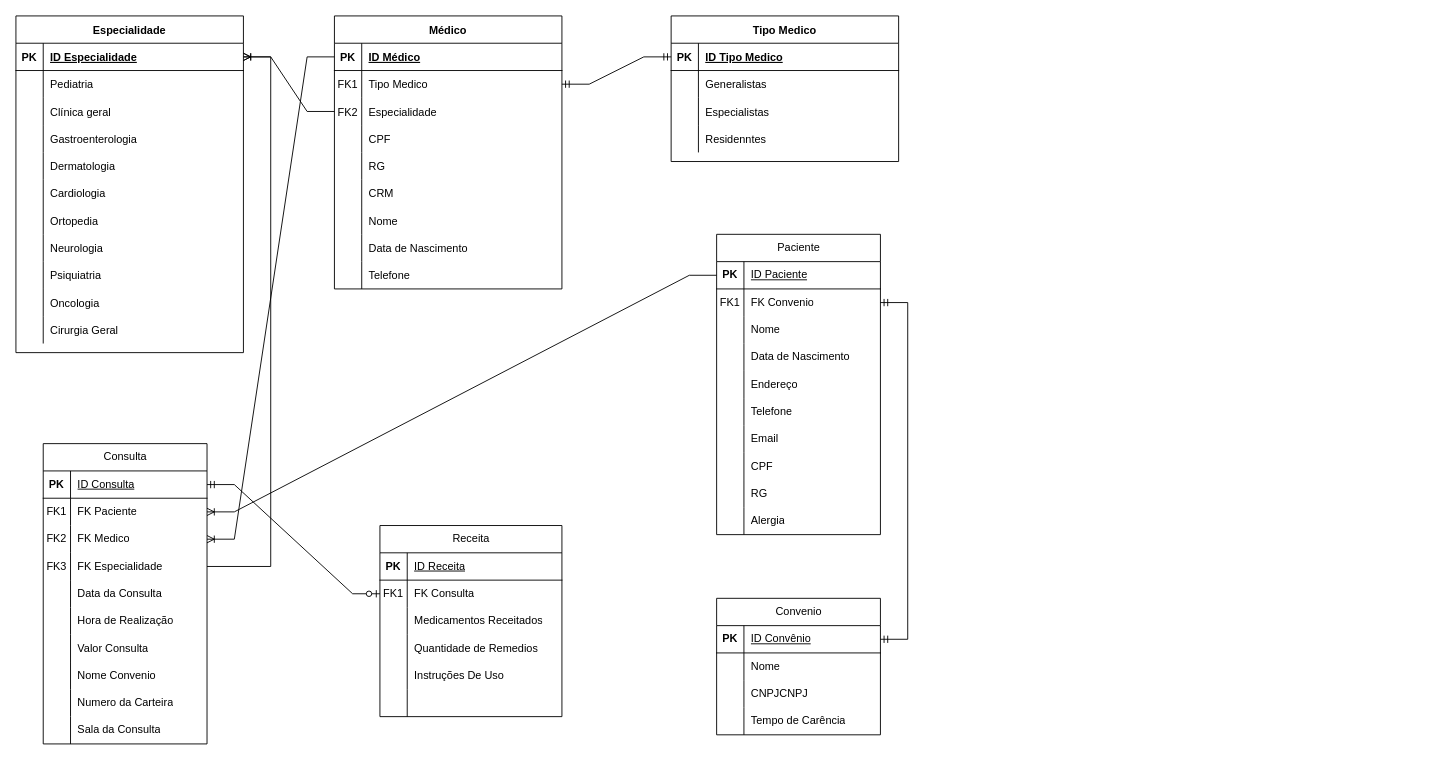
Before: DiagramaER-Os-Segredos-do-Hospital.drawio in vctramon/Banco-de-dados_Hospital, a draw.io diagram. Source tidied: cells renumbered, new cells numbered last; positions are measured from the earlier drawing's top-left corner, leaving out a move shared by most shapes. Both pictures are drawn from the tidied source at 91%, with x=0, y=0 at pixel (15, 15).
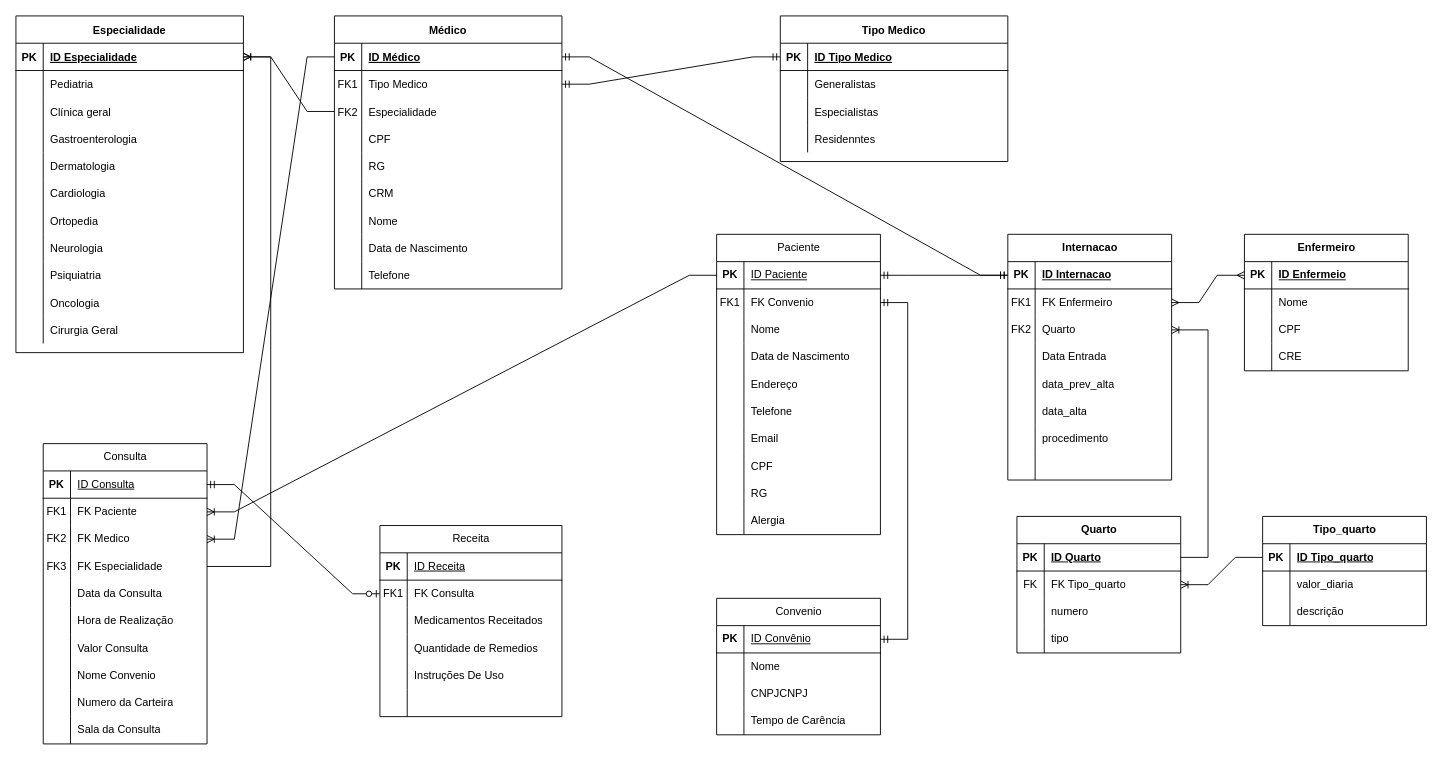
The same diagram, later.

Unchanged cells that the change refers to:
```xml
<mxCell id="3" style="shape=partialRectangle;fillColor=none;points=[[0,0.5],[1,0.5]];portConstraint=eastwest;top=0;left=0;right=0;bottom=1;" parent="2" vertex="1">
  <mxGeometry y="30" width="250" height="30" as="geometry" />
</mxCell>
<mxCell id="78" style="shape=tableRow;horizontal=0;startSize=0;swimlaneHead=0;swimlaneBody=0;fillColor=none;points=[[0,0.5],[1,0.5]];portConstraint=eastwest;top=0;left=0;right=0;bottom=1;" parent="77" vertex="1">
  <mxGeometry y="30" width="180" height="30" as="geometry" />
</mxCell>
```

The edit, as a diff of the source:
```diff
@@
     <mxCell id="30" value="Tipo Medico" style="shape=table;startSize=30;childLayout=tableLayout;rowLines=0;fontStyle=1;align=center;" parent="1" vertex="1">
-      <mxGeometry x="720" width="250" height="160" as="geometry" />
+      <mxGeometry x="840" width="250" height="160" as="geometry" />
     </mxCell>
@@
+    <mxCell id="178" value="Internacao" style="shape=table;startSize=30;childLayout=tableLayout;rowLines=0;fontStyle=1;align=center;html=1;" parent="1" vertex="1">
+      <mxGeometry x="1090" y="240" width="180" height="270" as="geometry" />
+    </mxCell>
+    <mxCell id="179" style="shape=tableRow;horizontal=0;startSize=0;swimlaneHead=0;swimlaneBody=0;fillColor=none;points=[[0,0.5],[1,0.5]];portConstraint=eastwest;top=0;left=0;right=0;bottom=1;" parent="178" vertex="1">
+      <mxGeometry y="30" width="180" height="30" as="geometry" />
+    </mxCell>
+    <mxCell id="180" value="PK" style="shape=partialRectangle;fillColor=none;top=0;left=0;bottom=0;right=0;fontStyle=1;overflow=hidden;whiteSpace=wrap;html=1;" parent="179" vertex="1">
+      <mxGeometry width="30" height="30" as="geometry" />
+    </mxCell>
+    <mxCell id="181" value="ID Internacao" style="shape=partialRectangle;fillColor=none;top=0;left=0;bottom=0;right=0;align=left;spacingLeft=6;fontStyle=5;overflow=hidden;whiteSpace=wrap;html=1;" parent="179" vertex="1">
+      <mxGeometry x="30" width="150" height="30" as="geometry" />
+    </mxCell>
+    <mxCell id="182" style="shape=tableRow;horizontal=0;startSize=0;swimlaneHead=0;swimlaneBody=0;fillColor=none;points=[[0,0.5],[1,0.5]];portConstraint=eastwest;top=0;left=0;right=0;bottom=0;" parent="178" vertex="1">
+      <mxGeometry y="60" width="180" height="30" as="geometry" />
+    </mxCell>
+    <mxCell id="183" value="FK1" style="shape=partialRectangle;fillColor=none;top=0;left=0;bottom=0;right=0;overflow=hidden;whiteSpace=wrap;html=1;" parent="182" vertex="1">
+      <mxGeometry width="30" height="30" as="geometry" />
+    </mxCell>
+    <mxCell id="184" value="FK Enfermeiro" style="shape=partialRectangle;fillColor=none;top=0;left=0;bottom=0;right=0;align=left;spacingLeft=6;overflow=hidden;whiteSpace=wrap;html=1;" parent="182" vertex="1">
+      <mxGeometry x="30" width="150" height="30" as="geometry" />
+    </mxCell>
+    <mxCell id="185" style="shape=tableRow;horizontal=0;startSize=0;swimlaneHead=0;swimlaneBody=0;fillColor=none;points=[[0,0.5],[1,0.5]];portConstraint=eastwest;top=0;left=0;right=0;bottom=0;" parent="178" vertex="1">
+      <mxGeometry y="90" width="180" height="30" as="geometry" />
+    </mxCell>
+    <mxCell id="186" value="FK2" style="shape=partialRectangle;fillColor=none;top=0;left=0;bottom=0;right=0;overflow=hidden;whiteSpace=wrap;html=1;" parent="185" vertex="1">
+      <mxGeometry width="30" height="30" as="geometry" />
+    </mxCell>
+    <mxCell id="187" value="Quarto" style="shape=partialRectangle;fillColor=none;top=0;left=0;bottom=0;right=0;align=left;spacingLeft=6;overflow=hidden;whiteSpace=wrap;html=1;" parent="185" vertex="1">
+      <mxGeometry x="30" width="150" height="30" as="geometry" />
+    </mxCell>
+    <mxCell id="188" style="shape=tableRow;horizontal=0;startSize=0;swimlaneHead=0;swimlaneBody=0;fillColor=none;top=0;left=0;right=0;bottom=0;" parent="178" vertex="1">
+      <mxGeometry y="120" width="180" height="30" as="geometry" />
+    </mxCell>
+    <mxCell id="189" style="shape=partialRectangle;fillColor=none;top=0;left=0;bottom=0;right=0;overflow=hidden;whiteSpace=wrap;html=1;" parent="188" vertex="1">
+      <mxGeometry width="30" height="30" as="geometry" />
+    </mxCell>
+    <mxCell id="190" value="Data Entrada" style="shape=partialRectangle;fillColor=none;top=0;left=0;bottom=0;right=0;align=left;spacingLeft=6;overflow=hidden;whiteSpace=wrap;html=1;" parent="188" vertex="1">
+      <mxGeometry x="30" width="150" height="30" as="geometry" />
+    </mxCell>
+    <mxCell id="191" style="shape=tableRow;horizontal=0;startSize=0;swimlaneHead=0;swimlaneBody=0;fillColor=none;top=0;left=0;right=0;bottom=0;" parent="178" vertex="1">
+      <mxGeometry y="150" width="180" height="30" as="geometry" />
+    </mxCell>
+    <mxCell id="192" style="shape=partialRectangle;fillColor=none;top=0;left=0;bottom=0;right=0;overflow=hidden;whiteSpace=wrap;html=1;" parent="191" vertex="1">
+      <mxGeometry width="30" height="30" as="geometry" />
+    </mxCell>
+    <mxCell id="193" value="data_prev_alta" style="shape=partialRectangle;fillColor=none;top=0;left=0;bottom=0;right=0;align=left;spacingLeft=6;overflow=hidden;whiteSpace=wrap;html=1;" parent="191" vertex="1">
+      <mxGeometry x="30" width="150" height="30" as="geometry" />
+    </mxCell>
+    <mxCell id="194" style="shape=tableRow;horizontal=0;startSize=0;swimlaneHead=0;swimlaneBody=0;fillColor=none;top=0;left=0;right=0;bottom=0;" parent="178" vertex="1">
+      <mxGeometry y="180" width="180" height="30" as="geometry" />
+    </mxCell>
+    <mxCell id="195" style="shape=partialRectangle;fillColor=none;top=0;left=0;bottom=0;right=0;overflow=hidden;whiteSpace=wrap;html=1;" parent="194" vertex="1">
+      <mxGeometry width="30" height="30" as="geometry" />
+    </mxCell>
+    <mxCell id="196" value="data_alta" style="shape=partialRectangle;fillColor=none;top=0;left=0;bottom=0;right=0;align=left;spacingLeft=6;overflow=hidden;whiteSpace=wrap;html=1;" parent="194" vertex="1">
+      <mxGeometry x="30" width="150" height="30" as="geometry" />
+    </mxCell>
+    <mxCell id="197" style="shape=tableRow;horizontal=0;startSize=0;swimlaneHead=0;swimlaneBody=0;fillColor=none;top=0;left=0;right=0;bottom=0;" parent="178" vertex="1">
+      <mxGeometry y="210" width="180" height="30" as="geometry" />
+    </mxCell>
+    <mxCell id="198" style="shape=partialRectangle;fillColor=none;top=0;left=0;bottom=0;right=0;overflow=hidden;whiteSpace=wrap;html=1;" parent="197" vertex="1">
+      <mxGeometry width="30" height="30" as="geometry" />
+    </mxCell>
+    <mxCell id="199" value="procedimento" style="shape=partialRectangle;fillColor=none;top=0;left=0;bottom=0;right=0;align=left;spacingLeft=6;overflow=hidden;whiteSpace=wrap;html=1;" parent="197" vertex="1">
+      <mxGeometry x="30" width="150" height="30" as="geometry" />
+    </mxCell>
+    <mxCell id="200" style="shape=tableRow;horizontal=0;startSize=0;swimlaneHead=0;swimlaneBody=0;fillColor=none;top=0;left=0;right=0;bottom=0;" parent="178" vertex="1">
+      <mxGeometry y="240" width="180" height="30" as="geometry" />
+    </mxCell>
+    <mxCell id="201" style="shape=partialRectangle;fillColor=none;top=0;left=0;bottom=0;right=0;overflow=hidden;whiteSpace=wrap;html=1;" parent="200" vertex="1">
+      <mxGeometry width="30" height="30" as="geometry" />
+    </mxCell>
+    <mxCell id="202" style="shape=partialRectangle;fillColor=none;top=0;left=0;bottom=0;right=0;align=left;spacingLeft=6;overflow=hidden;whiteSpace=wrap;html=1;" parent="200" vertex="1">
+      <mxGeometry x="30" width="150" height="30" as="geometry" />
+    </mxCell>
+    <mxCell id="203" style="edgeStyle=entityRelationEdgeStyle;fontSize=12;html=1;endArrow=ERmandOne;startArrow=ERmandOne;rounded=0;" parent="1" edge="1" source="78" target="179">
+      <mxGeometry relative="1" as="geometry" />
+    </mxCell>
+    <mxCell id="204" style="edgeStyle=entityRelationEdgeStyle;fontSize=12;html=1;endArrow=ERmandOne;startArrow=ERmandOne;rounded=0;" parent="1" edge="1" source="3" target="179">
+      <mxGeometry relative="1" as="geometry" />
+    </mxCell>
+    <mxCell id="205" value="Enfermeiro" style="shape=table;startSize=30;childLayout=tableLayout;rowLines=0;fontStyle=1;align=center;html=1;" parent="1" vertex="1">
+      <mxGeometry x="1350" y="240" width="180" height="150" as="geometry" />
+    </mxCell>
+    <mxCell id="206" style="shape=tableRow;horizontal=0;startSize=0;swimlaneHead=0;swimlaneBody=0;fillColor=none;points=[[0,0.5],[1,0.5]];portConstraint=eastwest;top=0;left=0;right=0;bottom=1;" parent="205" vertex="1">
+      <mxGeometry y="30" width="180" height="30" as="geometry" />
+    </mxCell>
+    <mxCell id="207" value="PK" style="shape=partialRectangle;fillColor=none;top=0;left=0;bottom=0;right=0;fontStyle=1;overflow=hidden;whiteSpace=wrap;html=1;" parent="206" vertex="1">
+      <mxGeometry width="30" height="30" as="geometry" />
+    </mxCell>
+    <mxCell id="208" value="ID Enfermeio" style="shape=partialRectangle;fillColor=none;top=0;left=0;bottom=0;right=0;align=left;spacingLeft=6;fontStyle=5;overflow=hidden;whiteSpace=wrap;html=1;" parent="206" vertex="1">
+      <mxGeometry x="30" width="150" height="30" as="geometry" />
+    </mxCell>
+    <mxCell id="209" style="shape=tableRow;horizontal=0;startSize=0;swimlaneHead=0;swimlaneBody=0;fillColor=none;top=0;left=0;right=0;bottom=0;" parent="205" vertex="1">
+      <mxGeometry y="60" width="180" height="30" as="geometry" />
+    </mxCell>
+    <mxCell id="210" style="shape=partialRectangle;fillColor=none;top=0;left=0;bottom=0;right=0;overflow=hidden;whiteSpace=wrap;html=1;" parent="209" vertex="1">
+      <mxGeometry width="30" height="30" as="geometry" />
+    </mxCell>
+    <mxCell id="211" value="Nome" style="shape=partialRectangle;fillColor=none;top=0;left=0;bottom=0;right=0;align=left;spacingLeft=6;overflow=hidden;whiteSpace=wrap;html=1;" parent="209" vertex="1">
+      <mxGeometry x="30" width="150" height="30" as="geometry" />
+    </mxCell>
+    <mxCell id="212" style="shape=tableRow;horizontal=0;startSize=0;swimlaneHead=0;swimlaneBody=0;fillColor=none;top=0;left=0;right=0;bottom=0;" parent="205" vertex="1">
+      <mxGeometry y="90" width="180" height="30" as="geometry" />
+    </mxCell>
+    <mxCell id="213" style="shape=partialRectangle;fillColor=none;top=0;left=0;bottom=0;right=0;overflow=hidden;whiteSpace=wrap;html=1;" parent="212" vertex="1">
+      <mxGeometry width="30" height="30" as="geometry" />
+    </mxCell>
+    <mxCell id="214" value="CPF" style="shape=partialRectangle;fillColor=none;top=0;left=0;bottom=0;right=0;align=left;spacingLeft=6;overflow=hidden;whiteSpace=wrap;html=1;" parent="212" vertex="1">
+      <mxGeometry x="30" width="150" height="30" as="geometry" />
+    </mxCell>
+    <mxCell id="215" style="shape=tableRow;horizontal=0;startSize=0;swimlaneHead=0;swimlaneBody=0;fillColor=none;top=0;left=0;right=0;bottom=0;" parent="205" vertex="1">
+      <mxGeometry y="120" width="180" height="30" as="geometry" />
+    </mxCell>
+    <mxCell id="216" style="shape=partialRectangle;fillColor=none;top=0;left=0;bottom=0;right=0;overflow=hidden;whiteSpace=wrap;html=1;" parent="215" vertex="1">
+      <mxGeometry width="30" height="30" as="geometry" />
+    </mxCell>
+    <mxCell id="217" value="CRE" style="shape=partialRectangle;fillColor=none;top=0;left=0;bottom=0;right=0;align=left;spacingLeft=6;overflow=hidden;whiteSpace=wrap;html=1;" parent="215" vertex="1">
+      <mxGeometry x="30" width="150" height="30" as="geometry" />
+    </mxCell>
+    <mxCell id="218" style="edgeStyle=entityRelationEdgeStyle;fontSize=12;html=1;endArrow=ERmany;startArrow=ERmany;rounded=0;" parent="1" edge="1" source="182" target="206">
+      <mxGeometry relative="1" as="geometry" />
+    </mxCell>
+    <mxCell id="219" value="Quarto" style="shape=table;startSize=30;childLayout=tableLayout;rowLines=0;fontStyle=1;align=center;html=1;" parent="1" vertex="1">
+      <mxGeometry x="1100" y="550" width="180" height="150" as="geometry" />
+    </mxCell>
+    <mxCell id="220" style="shape=tableRow;horizontal=0;startSize=0;swimlaneHead=0;swimlaneBody=0;fillColor=none;points=[[0,0.5],[1,0.5]];portConstraint=eastwest;top=0;left=0;right=0;bottom=1;" parent="219" vertex="1">
+      <mxGeometry y="30" width="180" height="30" as="geometry" />
+    </mxCell>
+    <mxCell id="221" value="PK" style="shape=partialRectangle;fillColor=none;top=0;left=0;bottom=0;right=0;fontStyle=1;overflow=hidden;whiteSpace=wrap;html=1;" parent="220" vertex="1">
+      <mxGeometry width="30" height="30" as="geometry" />
+    </mxCell>
+    <mxCell id="222" value="ID Quarto" style="shape=partialRectangle;fillColor=none;top=0;left=0;bottom=0;right=0;align=left;spacingLeft=6;fontStyle=5;overflow=hidden;whiteSpace=wrap;html=1;" parent="220" vertex="1">
+      <mxGeometry x="30" width="150" height="30" as="geometry" />
+    </mxCell>
+    <mxCell id="223" style="shape=tableRow;horizontal=0;startSize=0;swimlaneHead=0;swimlaneBody=0;fillColor=none;points=[[0,0.5],[1,0.5]];portConstraint=eastwest;top=0;left=0;right=0;bottom=0;" parent="219" vertex="1">
+      <mxGeometry y="60" width="180" height="30" as="geometry" />
+    </mxCell>
+    <mxCell id="224" value="FK" style="shape=partialRectangle;fillColor=none;top=0;left=0;bottom=0;right=0;overflow=hidden;whiteSpace=wrap;html=1;" parent="223" vertex="1">
+      <mxGeometry width="30" height="30" as="geometry" />
+    </mxCell>
+    <mxCell id="225" value="FK Tipo_quarto" style="shape=partialRectangle;fillColor=none;top=0;left=0;bottom=0;right=0;align=left;spacingLeft=6;overflow=hidden;whiteSpace=wrap;html=1;" parent="223" vertex="1">
+      <mxGeometry x="30" width="150" height="30" as="geometry" />
+    </mxCell>
+    <mxCell id="226" style="shape=tableRow;horizontal=0;startSize=0;swimlaneHead=0;swimlaneBody=0;fillColor=none;top=0;left=0;right=0;bottom=0;" parent="219" vertex="1">
+      <mxGeometry y="90" width="180" height="30" as="geometry" />
+    </mxCell>
+    <mxCell id="227" style="shape=partialRectangle;fillColor=none;top=0;left=0;bottom=0;right=0;overflow=hidden;whiteSpace=wrap;html=1;" parent="226" vertex="1">
+      <mxGeometry width="30" height="30" as="geometry" />
+    </mxCell>
+    <mxCell id="228" value="numero" style="shape=partialRectangle;fillColor=none;top=0;left=0;bottom=0;right=0;align=left;spacingLeft=6;overflow=hidden;whiteSpace=wrap;html=1;" parent="226" vertex="1">
+      <mxGeometry x="30" width="150" height="30" as="geometry" />
+    </mxCell>
+    <mxCell id="229" style="shape=tableRow;horizontal=0;startSize=0;swimlaneHead=0;swimlaneBody=0;fillColor=none;top=0;left=0;right=0;bottom=0;" parent="219" vertex="1">
+      <mxGeometry y="120" width="180" height="30" as="geometry" />
+    </mxCell>
+    <mxCell id="230" style="shape=partialRectangle;fillColor=none;top=0;left=0;bottom=0;right=0;overflow=hidden;whiteSpace=wrap;html=1;" parent="229" vertex="1">
+      <mxGeometry width="30" height="30" as="geometry" />
+    </mxCell>
+    <mxCell id="231" value="tipo" style="shape=partialRectangle;fillColor=none;top=0;left=0;bottom=0;right=0;align=left;spacingLeft=6;overflow=hidden;whiteSpace=wrap;html=1;" parent="229" vertex="1">
+      <mxGeometry x="30" width="150" height="30" as="geometry" />
+    </mxCell>
+    <mxCell id="232" style="edgeStyle=entityRelationEdgeStyle;fontSize=12;html=1;endArrow=ERoneToMany;rounded=0;" parent="1" edge="1" source="220" target="185">
+      <mxGeometry relative="1" as="geometry" />
+    </mxCell>
+    <mxCell id="233" value="Tipo_quarto" style="shape=table;startSize=30;childLayout=tableLayout;rowLines=0;fontStyle=1;align=center;html=1;" parent="1" vertex="1">
+      <mxGeometry x="1370" y="550" width="180" height="120" as="geometry" />
+    </mxCell>
+    <mxCell id="234" style="shape=tableRow;horizontal=0;startSize=0;swimlaneHead=0;swimlaneBody=0;fillColor=none;points=[[0,0.5],[1,0.5]];portConstraint=eastwest;top=0;left=0;right=0;bottom=1;" parent="233" vertex="1">
+      <mxGeometry y="30" width="180" height="30" as="geometry" />
+    </mxCell>
+    <mxCell id="235" value="PK" style="shape=partialRectangle;fillColor=none;top=0;left=0;bottom=0;right=0;fontStyle=1;overflow=hidden;whiteSpace=wrap;html=1;" parent="234" vertex="1">
+      <mxGeometry width="30" height="30" as="geometry" />
+    </mxCell>
+    <mxCell id="236" value="ID Tipo_quarto" style="shape=partialRectangle;fillColor=none;top=0;left=0;bottom=0;right=0;align=left;spacingLeft=6;fontStyle=5;overflow=hidden;whiteSpace=wrap;html=1;" parent="234" vertex="1">
+      <mxGeometry x="30" width="150" height="30" as="geometry" />
+    </mxCell>
+    <mxCell id="237" style="shape=tableRow;horizontal=0;startSize=0;swimlaneHead=0;swimlaneBody=0;fillColor=none;top=0;left=0;right=0;bottom=0;" parent="233" vertex="1">
+      <mxGeometry y="60" width="180" height="30" as="geometry" />
+    </mxCell>
+    <mxCell id="238" style="shape=partialRectangle;fillColor=none;top=0;left=0;bottom=0;right=0;overflow=hidden;whiteSpace=wrap;html=1;" parent="237" vertex="1">
+      <mxGeometry width="30" height="30" as="geometry" />
+    </mxCell>
+    <mxCell id="239" value="valor_diaria" style="shape=partialRectangle;fillColor=none;top=0;left=0;bottom=0;right=0;align=left;spacingLeft=6;overflow=hidden;whiteSpace=wrap;html=1;" parent="237" vertex="1">
+      <mxGeometry x="30" width="150" height="30" as="geometry" />
+    </mxCell>
+    <mxCell id="240" style="shape=tableRow;horizontal=0;startSize=0;swimlaneHead=0;swimlaneBody=0;fillColor=none;top=0;left=0;right=0;bottom=0;" parent="233" vertex="1">
+      <mxGeometry y="90" width="180" height="30" as="geometry" />
+    </mxCell>
+    <mxCell id="241" style="shape=partialRectangle;fillColor=none;top=0;left=0;bottom=0;right=0;overflow=hidden;whiteSpace=wrap;html=1;" parent="240" vertex="1">
+      <mxGeometry width="30" height="30" as="geometry" />
+    </mxCell>
+    <mxCell id="242" value="descrição" style="shape=partialRectangle;fillColor=none;top=0;left=0;bottom=0;right=0;align=left;spacingLeft=6;overflow=hidden;whiteSpace=wrap;html=1;" parent="240" vertex="1">
+      <mxGeometry x="30" width="150" height="30" as="geometry" />
+    </mxCell>
+    <mxCell id="243" style="edgeStyle=entityRelationEdgeStyle;fontSize=12;html=1;endArrow=ERoneToMany;rounded=0;" parent="1" edge="1" source="234" target="223">
+      <mxGeometry relative="1" as="geometry" />
+    </mxCell>
```
